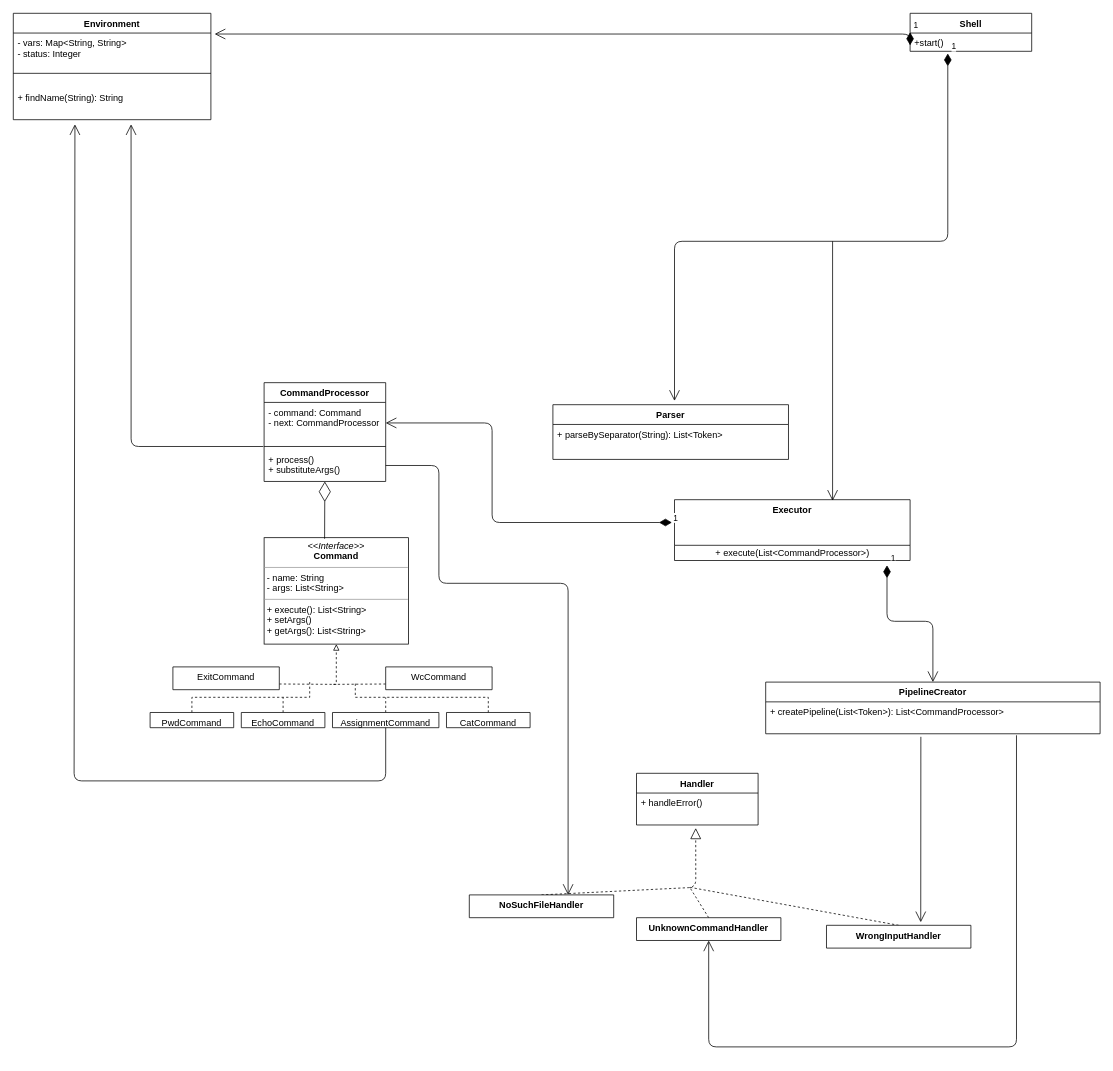
The draw.io diagram Untitled Diagram.drawio in leoneed03/JB, before the edit. Source tidied: cells renumbered, new cells numbered last; positions are measured from the earlier drawing's top-left corner, leaving out a move shared by most shapes. Both pictures are drawn from the tidied source at 76%, with x=0, y=0 at pixel (13, 13).
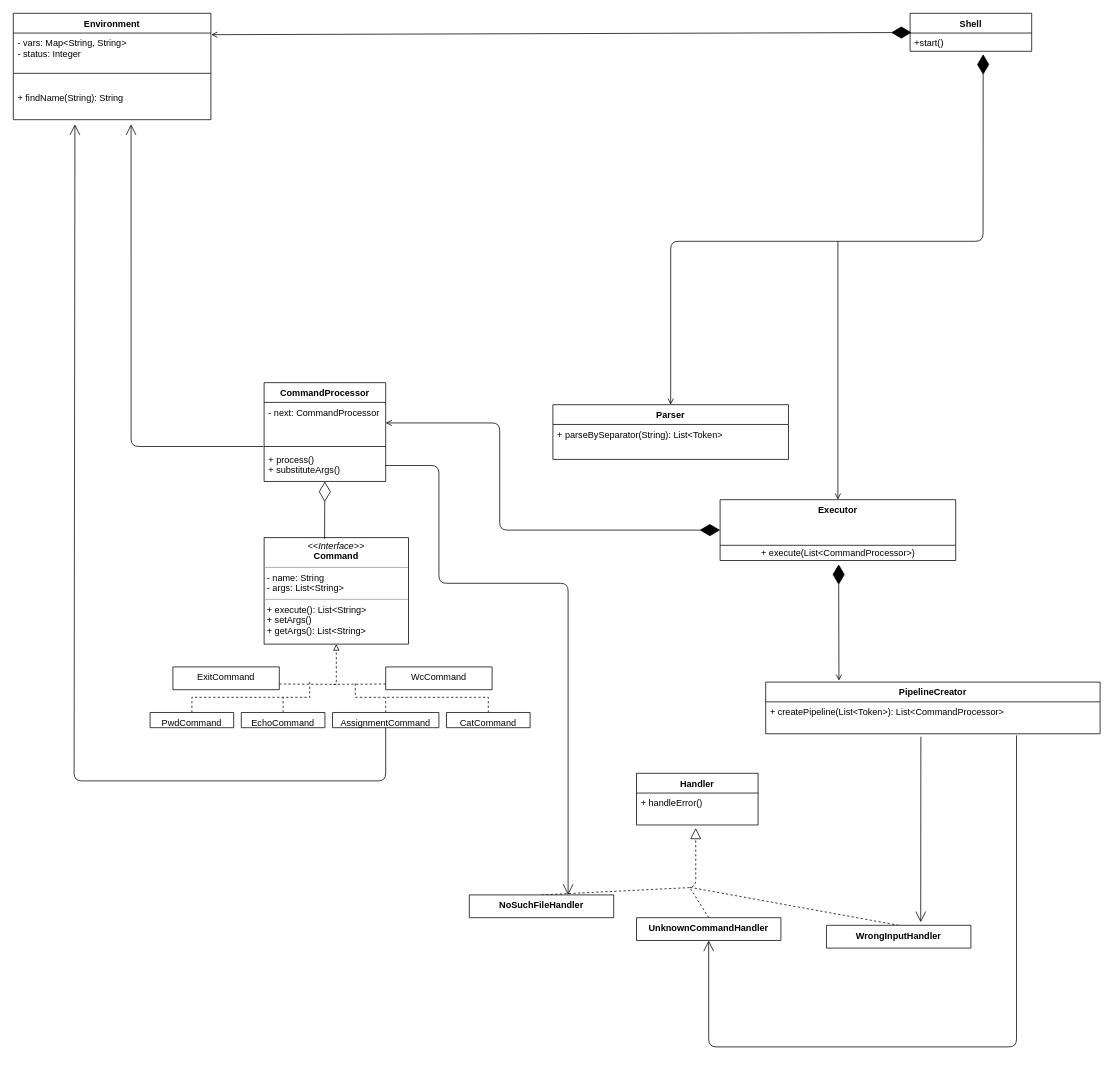
After the change.

Unchanged cells that the change refers to:
```xml
<mxCell id="2" value="Shell" style="swimlane;fontStyle=1;align=center;verticalAlign=top;horizontal=1;startSize=26;" parent="1" vertex="1">
  <mxGeometry x="1180" width="160" height="50" as="geometry" />
</mxCell>
<mxCell id="3" value="+start()" style="text;strokeColor=none;fillColor=none;align=left;verticalAlign=top;spacingLeft=4;spacingRight=4;overflow=hidden;points=[[0,0.5],[1,0.5]];portConstraint=eastwest;" parent="2" vertex="1">
  <mxGeometry y="26" width="160" height="24" as="geometry" />
</mxCell>
<mxCell id="7" value="- vars: Map&lt;String, String&gt;&#10;- status: Integer" style="text;strokeColor=none;fillColor=none;align=left;verticalAlign=top;spacingLeft=4;spacingRight=4;overflow=hidden;points=[[0,0.5],[1,0.5]];portConstraint=eastwest;" parent="6" vertex="1">
  <mxGeometry y="26" width="260" height="34" as="geometry" />
</mxCell>
<mxCell id="25" value="PipelineCreator" style="swimlane;fontStyle=1;align=center;verticalAlign=top;horizontal=1;startSize=26;" parent="1" vertex="1">
  <mxGeometry x="990" y="880" width="440" height="68" as="geometry" />
</mxCell>
<mxCell id="30" value="CommandProcessor" style="swimlane;fontStyle=1;align=center;verticalAlign=top;horizontal=1;startSize=26;" parent="1" vertex="1">
  <mxGeometry x="330" y="486" width="160" height="130" as="geometry" />
</mxCell>
```

Diff of the diagram source:
```diff
@@
-    <mxCell id="27" value="Executor" style="swimlane;fontStyle=1;align=center;verticalAlign=top;horizontal=1;startSize=60;" parent="1" vertex="1">
-      <mxGeometry x="870" y="640" width="310" height="80" as="geometry" />
-    </mxCell>
-    <mxCell id="28" value="&lt;span style=&quot;text-align: left&quot;&gt;+ execute(List&amp;lt;CommandProcessor&amp;gt;)&lt;/span&gt;" style="text;html=1;align=center;verticalAlign=middle;points=[];" parent="27" vertex="1">
-      <mxGeometry y="60" width="310" height="20" as="geometry" />
-    </mxCell>
@@
-    <mxCell id="31" value="- command: Command&#10;- next: CommandProcessor&#10;&#10;&#10;&#10;&#10;" style="text;strokeColor=none;fillColor=none;align=left;verticalAlign=top;spacingLeft=4;spacingRight=4;overflow=hidden;points=[[0,0.5],[1,0.5]];portConstraint=eastwest;" parent="30" vertex="1">
+    <mxCell id="31" value="- next: CommandProcessor&#10;&#10;&#10;&#10;&#10;" style="text;strokeColor=none;fillColor=none;align=left;verticalAlign=top;spacingLeft=4;spacingRight=4;overflow=hidden;points=[[0,0.5],[1,0.5]];portConstraint=eastwest;" parent="30" vertex="1">
       <mxGeometry y="26" width="160" height="54" as="geometry" />
     </mxCell>
@@
-    <mxCell id="34" value="1" style="endArrow=open;html=1;endSize=12;startArrow=diamondThin;startSize=14;startFill=1;edgeStyle=orthogonalEdgeStyle;align=left;verticalAlign=bottom;exitX=-0.011;exitY=0.375;exitDx=0;exitDy=0;exitPerimeter=0;entryX=1;entryY=0.5;entryDx=0;entryDy=0;" parent="1" edge="1" source="27" target="31">
-      <mxGeometry x="-1" y="3" relative="1" as="geometry">
-        <Array as="points">
-          <mxPoint x="630" y="670" />
-          <mxPoint x="630" y="539" />
-        </Array>
-      </mxGeometry>
-    </mxCell>
-    <mxCell id="35" value="1" style="endArrow=open;html=1;endSize=12;startArrow=diamondThin;startSize=14;startFill=1;edgeStyle=orthogonalEdgeStyle;align=left;verticalAlign=bottom;exitX=0.31;exitY=1.119;exitDx=0;exitDy=0;exitPerimeter=0;" parent="1" edge="1" source="3">
-      <mxGeometry x="-1" y="3" relative="1" as="geometry">
-        <mxPoint x="870" y="510" as="targetPoint" />
-        <Array as="points">
-          <mxPoint x="1230" y="300" />
-          <mxPoint x="870" y="300" />
-        </Array>
-      </mxGeometry>
-    </mxCell>
-    <mxCell id="36" style="endArrow=open;endFill=1;endSize=12;html=1;entryX=0.671;entryY=0.018;entryDx=0;entryDy=0;entryPerimeter=0;" parent="1" edge="1" target="27">
-      <mxGeometry relative="1" as="geometry">
-        <mxPoint x="1078" y="300" as="sourcePoint" />
-      </mxGeometry>
-    </mxCell>
-    <mxCell id="37" value="1" style="endArrow=open;html=1;endSize=12;startArrow=diamondThin;startSize=14;startFill=1;edgeStyle=orthogonalEdgeStyle;align=left;verticalAlign=bottom;entryX=0.5;entryY=0;entryDx=0;entryDy=0;exitX=0.902;exitY=1.317;exitDx=0;exitDy=0;exitPerimeter=0;" parent="1" edge="1" source="28" target="25">
-      <mxGeometry x="-1" y="3" relative="1" as="geometry" />
-    </mxCell>
@@
-    <mxCell id="45" value="1" style="endArrow=open;html=1;endSize=12;startArrow=diamondThin;startSize=14;startFill=1;edgeStyle=orthogonalEdgeStyle;align=left;verticalAlign=bottom;exitX=0;exitY=0.5;exitDx=0;exitDy=0;entryX=1.019;entryY=0.037;entryDx=0;entryDy=0;entryPerimeter=0;" parent="1" edge="1" source="2" target="7">
-      <mxGeometry x="-1" y="3" relative="1" as="geometry">
-        <Array as="points">
-          <mxPoint x="1180" y="28" />
-        </Array>
-      </mxGeometry>
-    </mxCell>
@@
+    <mxCell id="50" style="endArrow=diamondThin;endFill=1;endSize=24;html=1;exitX=1.002;exitY=0.063;exitDx=0;exitDy=0;exitPerimeter=0;entryX=0.012;entryY=-0.03;entryDx=0;entryDy=0;entryPerimeter=0;startArrow=open;startFill=0;" parent="1" edge="1" source="7" target="3">
+      <mxGeometry relative="1" as="geometry" />
+    </mxCell>
+    <mxCell id="51" style="endArrow=diamondThin;endFill=1;endSize=24;html=1;entryX=0.601;entryY=1.161;entryDx=0;entryDy=0;entryPerimeter=0;startArrow=open;startFill=0;" parent="1" edge="1" target="3">
+      <mxGeometry relative="1" as="geometry">
+        <mxPoint x="865" y="515" as="sourcePoint" />
+        <Array as="points">
+          <mxPoint x="865" y="300" />
+          <mxPoint x="1276" y="300" />
+        </Array>
+      </mxGeometry>
+    </mxCell>
+    <mxCell id="52" style="endArrow=none;html=1;startArrow=open;startFill=0;" parent="1" edge="1" source="27">
+      <mxGeometry relative="1" as="geometry">
+        <mxPoint x="1085" y="300" as="targetPoint" />
+      </mxGeometry>
+    </mxCell>
+    <mxCell id="27" value="Executor" style="swimlane;fontStyle=1;align=center;verticalAlign=top;horizontal=1;startSize=60;" parent="1" vertex="1">
+      <mxGeometry x="930" y="640" width="310" height="80" as="geometry" />
+    </mxCell>
+    <mxCell id="28" value="&lt;span style=&quot;text-align: left&quot;&gt;+ execute(List&amp;lt;CommandProcessor&amp;gt;)&lt;/span&gt;" style="text;html=1;align=center;verticalAlign=middle;points=[];" parent="27" vertex="1">
+      <mxGeometry y="60" width="310" height="20" as="geometry" />
+    </mxCell>
+    <mxCell id="53" style="endArrow=diamondThin;endFill=1;endSize=24;html=1;entryX=0.504;entryY=1.264;entryDx=0;entryDy=0;entryPerimeter=0;exitX=0.219;exitY=-0.027;exitDx=0;exitDy=0;exitPerimeter=0;startArrow=open;startFill=0;" parent="1" edge="1" source="25" target="28">
+      <mxGeometry relative="1" as="geometry">
+        <Array as="points">
+          <mxPoint x="1086" y="725" />
+        </Array>
+      </mxGeometry>
+    </mxCell>
+    <mxCell id="54" style="endArrow=diamondThin;endFill=1;endSize=24;html=1;entryX=0;entryY=0.5;entryDx=0;entryDy=0;exitX=1;exitY=0.5;exitDx=0;exitDy=0;startArrow=open;startFill=0;" parent="1" edge="1" source="31" target="27">
+      <mxGeometry relative="1" as="geometry">
+        <Array as="points">
+          <mxPoint x="640" y="539" />
+          <mxPoint x="640" y="680" />
+        </Array>
+      </mxGeometry>
+    </mxCell>
```
